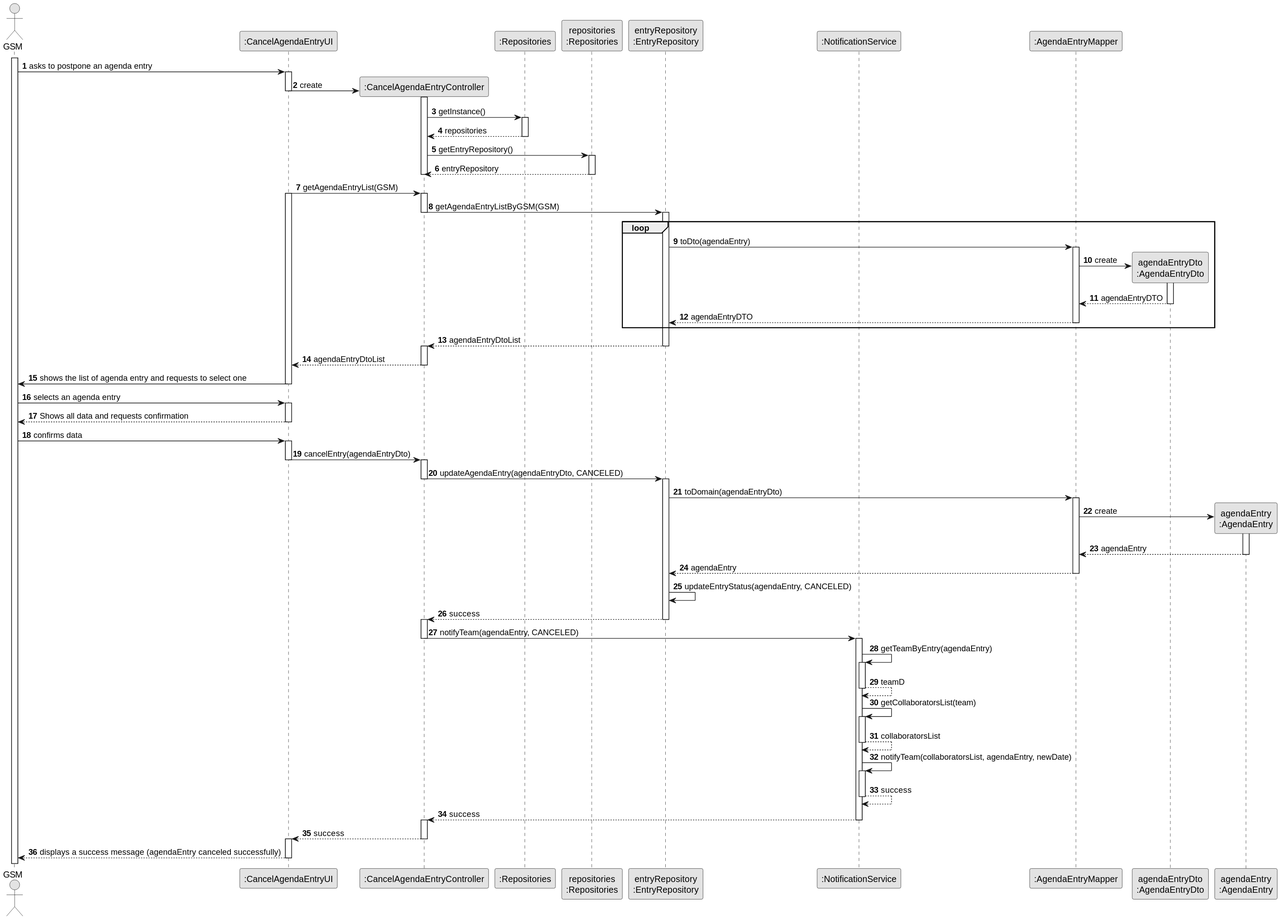
Before: docs/sprintC/us025/03.design/svg/us025-sequence-diagram-full.svg, a diagram exported from PlantUML (ricardomm7/leaflink).
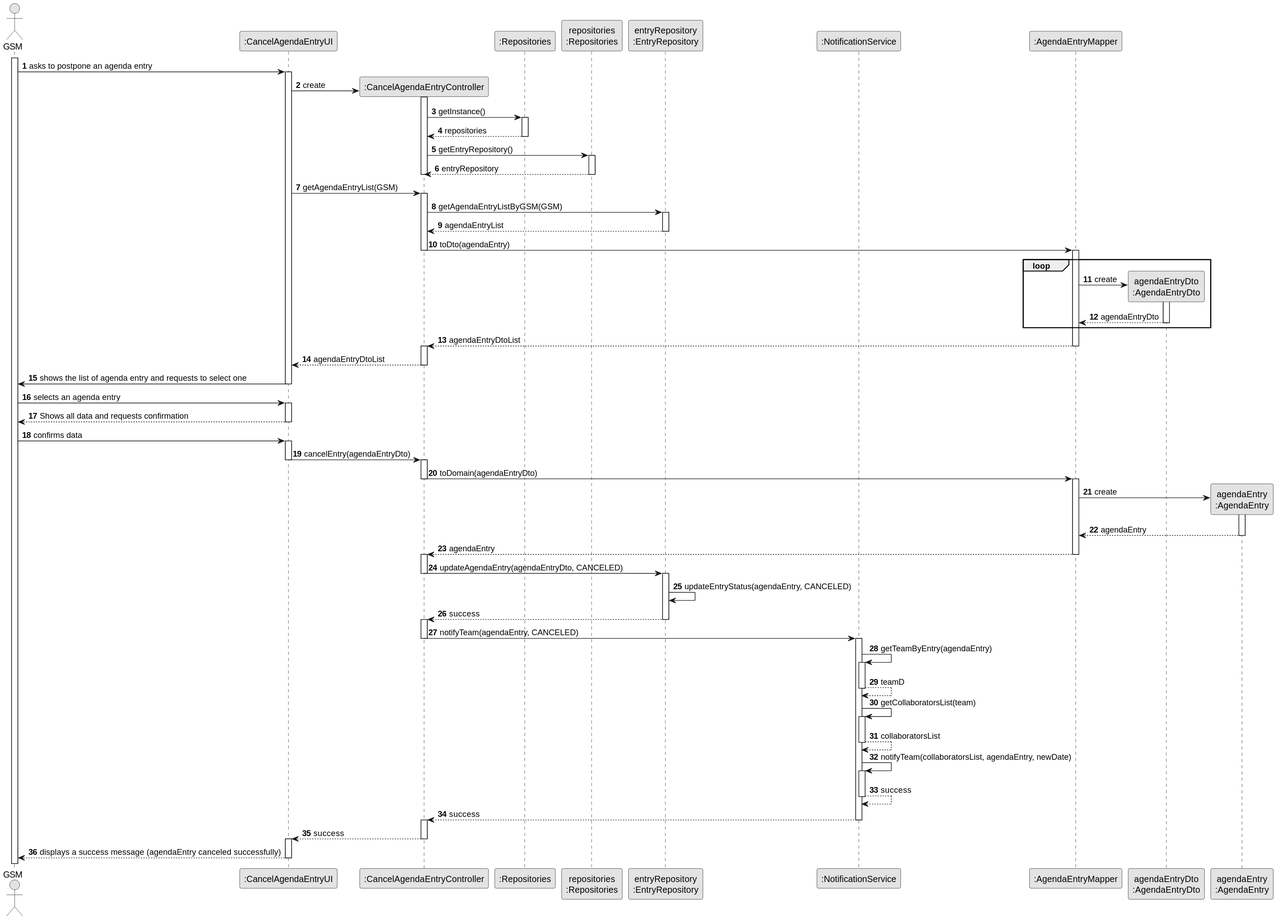
Later version of the same file.

Diff of the diagram source:
```diff
@@ -24,7 +24,6 @@
     activate UI
 
         UI -> CTRL **: create
-        deactivate UI
         activate CTRL
 
             CTRL -> RepositorySingleton : getInstance()
@@ -41,33 +40,30 @@
 
              deactivate CTRL
 
-        deactivate UI
 
         UI -> CTRL: getAgendaEntryList(GSM)
-        activate UI
         activate CTRL
 
             CTRL -> EntryRepo: getAgendaEntryListByGSM(GSM)
-            deactivate CTRL
             activate EntryRepo
 
-            loop
+            EntryRepo --> CTRL: agendaEntryList
+            deactivate EntryRepo
 
-            EntryRepo -> AgendaEntryMapper : toDto(agendaEntry)
+            CTRL -> AgendaEntryMapper : toDto(agendaEntry)
+            deactivate CTRL
             activate AgendaEntryMapper
 
+            loop
                 AgendaEntryMapper -> AgendaEntryDto** : create
                 activate AgendaEntryDto
 
-                AgendaEntryDto --> AgendaEntryMapper : agendaEntryDTO
+                AgendaEntryDto --> AgendaEntryMapper : agendaEntryDto
                 deactivate AgendaEntryDto
-
-            AgendaEntryMapper --> EntryRepo : agendaEntryDTO
-            deactivate AgendaEntryMapper
             end
 
-            EntryRepo --> CTRL : agendaEntryDtoList
-            deactivate EntryRepo
+            AgendaEntryMapper --> CTRL : agendaEntryDtoList
+            deactivate AgendaEntryMapper
             activate CTRL
 
             CTRL --> UI : agendaEntryDtoList
@@ -89,14 +85,9 @@
         deactivate UI
         activate CTRL
 
-
-            CTRL -> EntryRepo : updateAgendaEntry(agendaEntryDto, CANCELED)
+            CTRL -> AgendaEntryMapper: toDomain(agendaEntryDto)
             deactivate CTRL
-            activate EntryRepo
-
-            EntryRepo -> AgendaEntryMapper : toDomain(agendaEntryDto)
             activate AgendaEntryMapper
-
 
                 AgendaEntryMapper -> AgendaEntry** : create
                 activate AgendaEntry
@@ -104,9 +95,14 @@
                 AgendaEntry --> AgendaEntryMapper : agendaEntry
                 deactivate AgendaEntry
 
+            AgendaEntryMapper --> CTRL: agendaEntry
+            deactivate AgendaEntryMapper
+            activate CTRL
 
-            AgendaEntryMapper --> EntryRepo : agendaEntry
-            deactivate AgendaEntryMapper
+
+            CTRL -> EntryRepo : updateAgendaEntry(agendaEntryDto, CANCELED)
+            deactivate CTRL
+            activate EntryRepo
 
                 EntryRepo -> EntryRepo : updateEntryStatus(agendaEntry, CANCELED)
 
```
